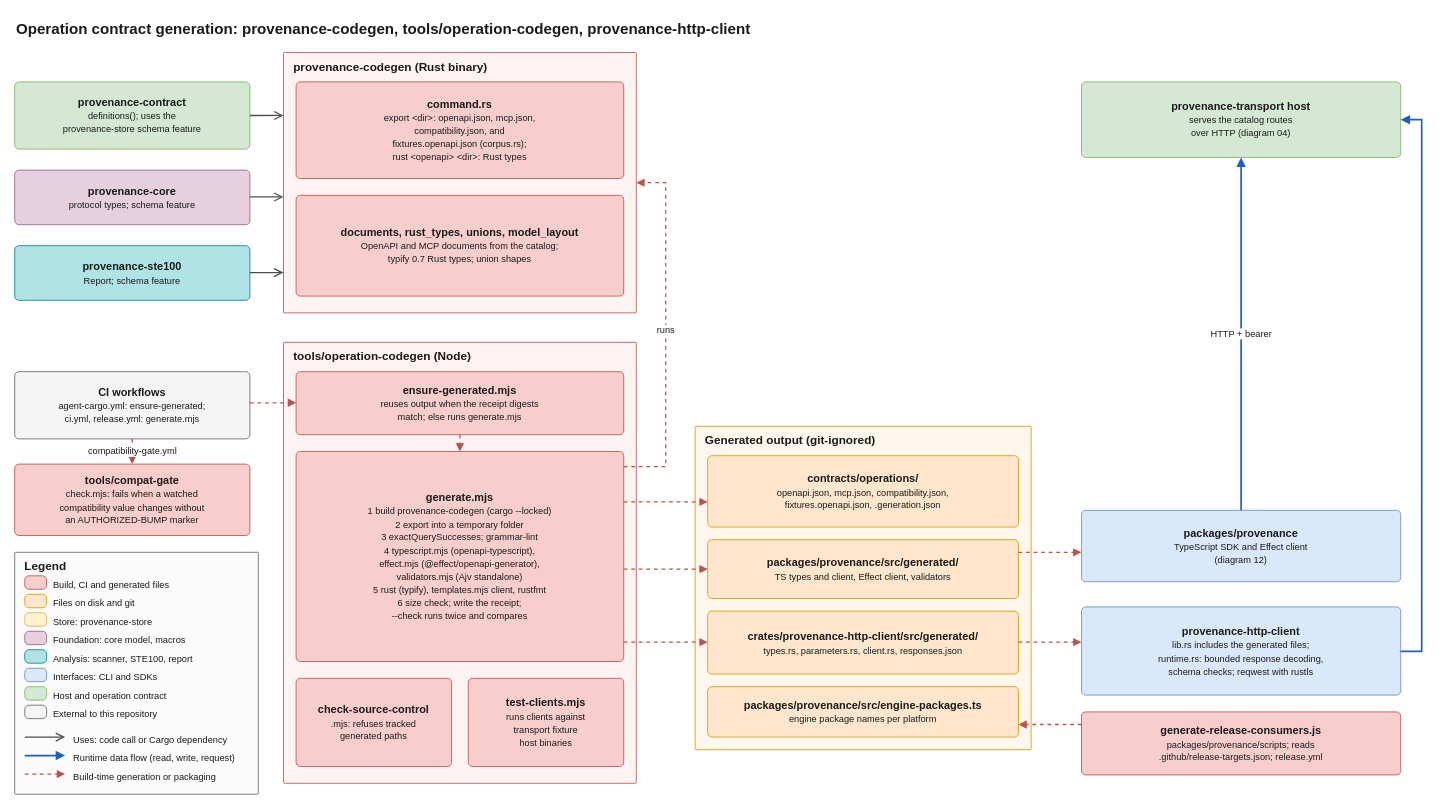
This is docs/architecture/diagrams/11-codegen-and-clients.drawio from quality-sh/provenance, a draw.io file, before an edit. Source tidied: cells renumbered, new cells numbered last; positions are measured from the earlier drawing's top-left corner, leaving out a move shared by most shapes. Both pictures are drawn from the tidied source at 84%, with x=0, y=0 at pixel (14, 14).
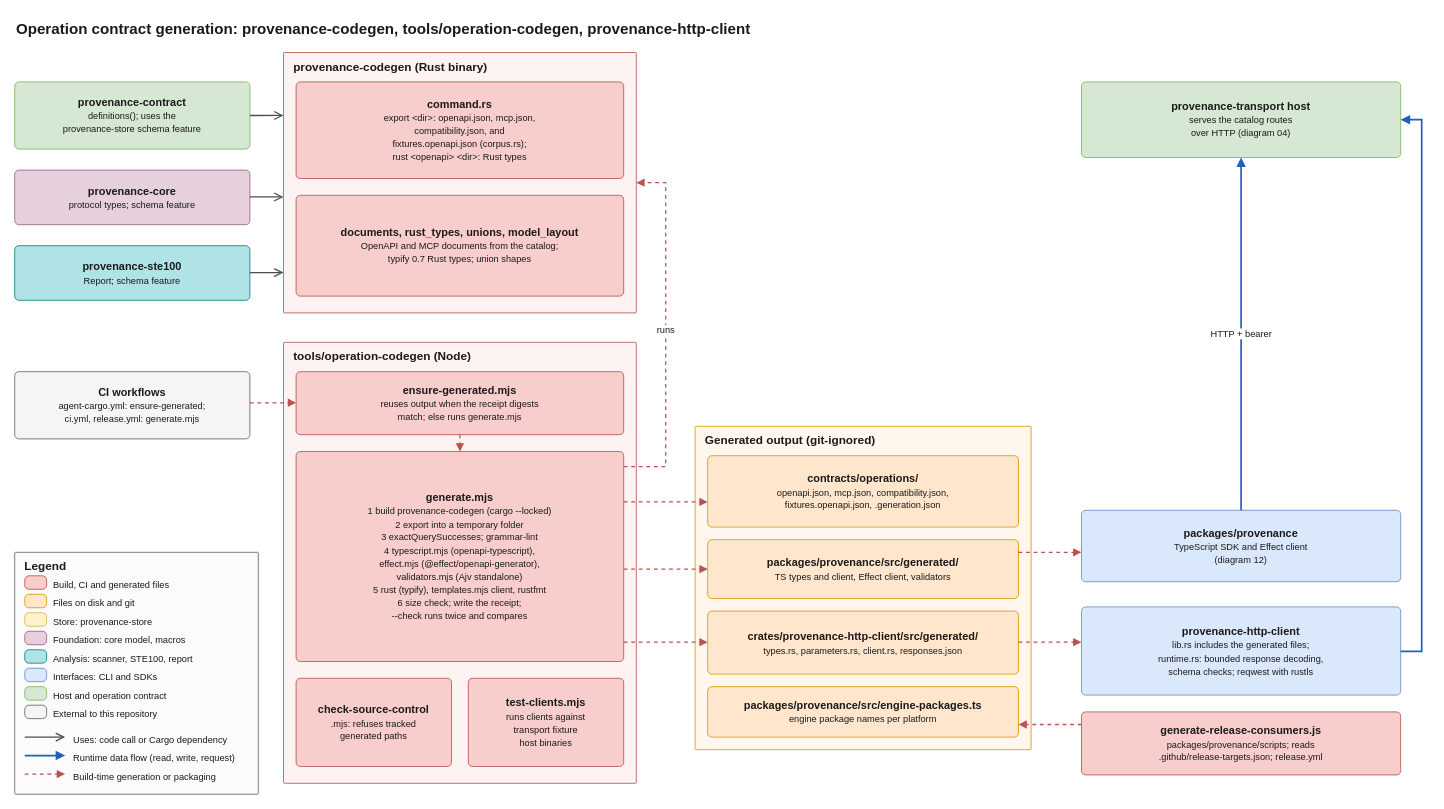
Above is the later version.

Commit message (it also covers changes not shown here):
Remove the compatibility gate, its marker and the root PROMPT.md

The change refers to these unchanged cells:
```xml
<mxCell id="6" value="&lt;b&gt;CI workflows&lt;/b&gt;&lt;br&gt;&lt;font style=&quot;font-size:11px&quot;&gt;agent-cargo.yml: ensure-generated;&lt;br&gt;ci.yml, release.yml: generate.mjs&lt;/font&gt;" style="rounded=1;arcSize=10;absoluteArcSize=1;whiteSpace=wrap;html=1;fillColor=#f5f5f5;strokeColor=#666666;fontSize=13;fontColor=#1a1a1a;verticalAlign=middle;align=center;spacing=4;" parent="1" vertex="1">
  <mxGeometry y="425" width="280" height="80" as="geometry" />
</mxCell>
```

The edit, as a diff of the source:
```diff
@@
-    <mxCell id="7" value="&lt;b&gt;tools/compat-gate&lt;/b&gt;&lt;br&gt;&lt;font style=&quot;font-size:11px&quot;&gt;check.mjs: fails when a watched&lt;br&gt;compatibility value changes without&lt;br&gt;an AUTHORIZED-BUMP marker&lt;/font&gt;" style="rounded=1;arcSize=10;absoluteArcSize=1;whiteSpace=wrap;html=1;fillColor=#f8cecc;strokeColor=#b85450;fontSize=13;fontColor=#1a1a1a;verticalAlign=middle;align=center;spacing=4;" parent="1" vertex="1">
-      <mxGeometry y="535" width="280" height="85" as="geometry" />
-    </mxCell>
@@
-    <mxCell id="55" value="compatibility-gate.yml" style="edgeStyle=orthogonalEdgeStyle;rounded=0;jettySize=auto;html=1;jumpStyle=arc;jumpSize=10;exitX=0.5;exitY=1;exitDx=0;exitDy=0;entryX=0.5;entryY=0;entryDx=0;entryDy=0;strokeColor=#b85450;fontSize=11;fontColor=#1a1a1a;labelBackgroundColor=#ffffff;strokeWidth=1.5;dashed=1;endArrow=block;endFill=1;" parent="1" edge="1" source="6" target="7">
-      <mxGeometry relative="1" as="geometry" />
-    </mxCell>
```
